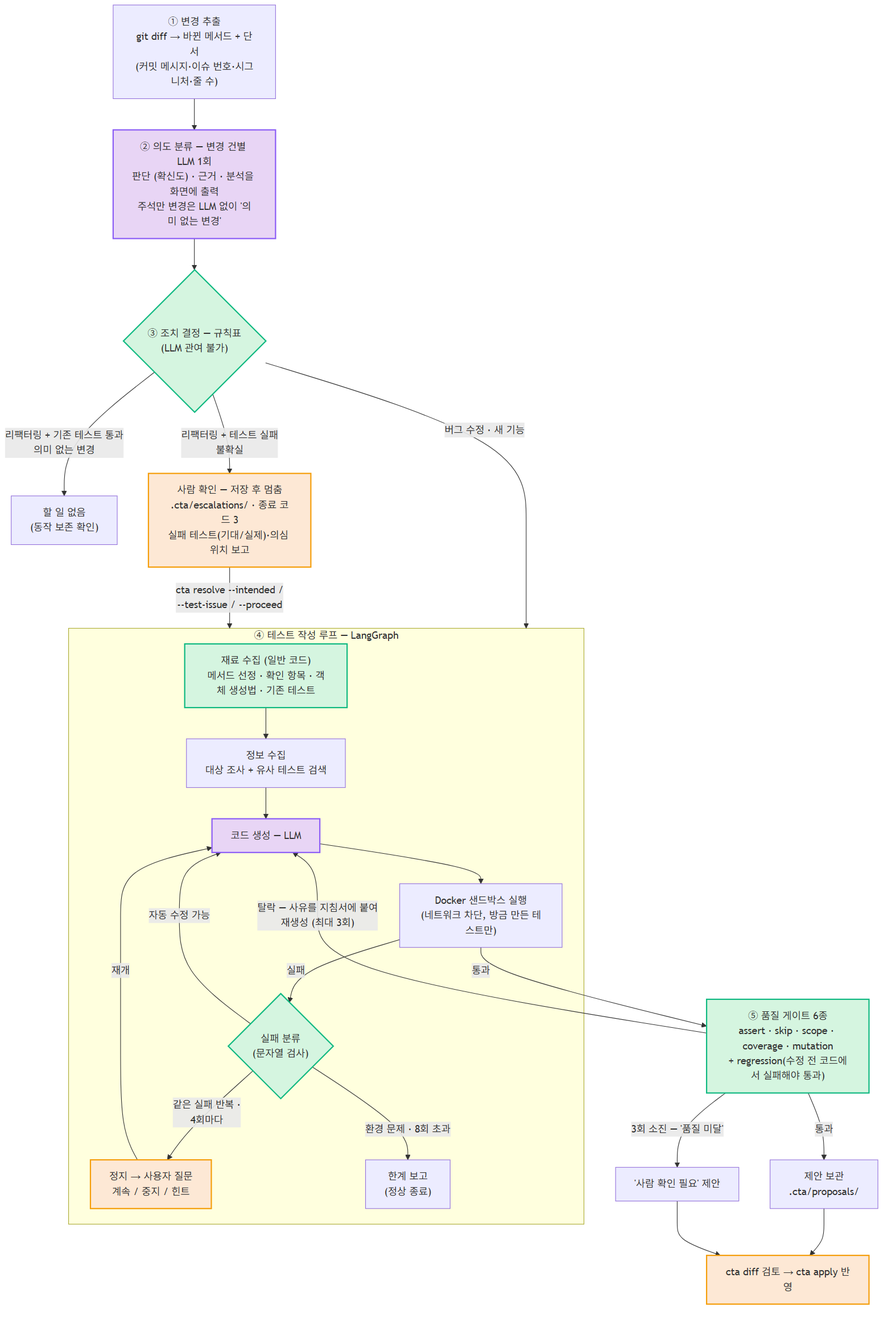
parksanghyeop/skax-master-project keeps this Mermaid diagram as docs/제출자료/images/workflow.png. Above is the earlier version. Its source is kept beside it as docs/제출자료/diagrams/workflow.mmd.
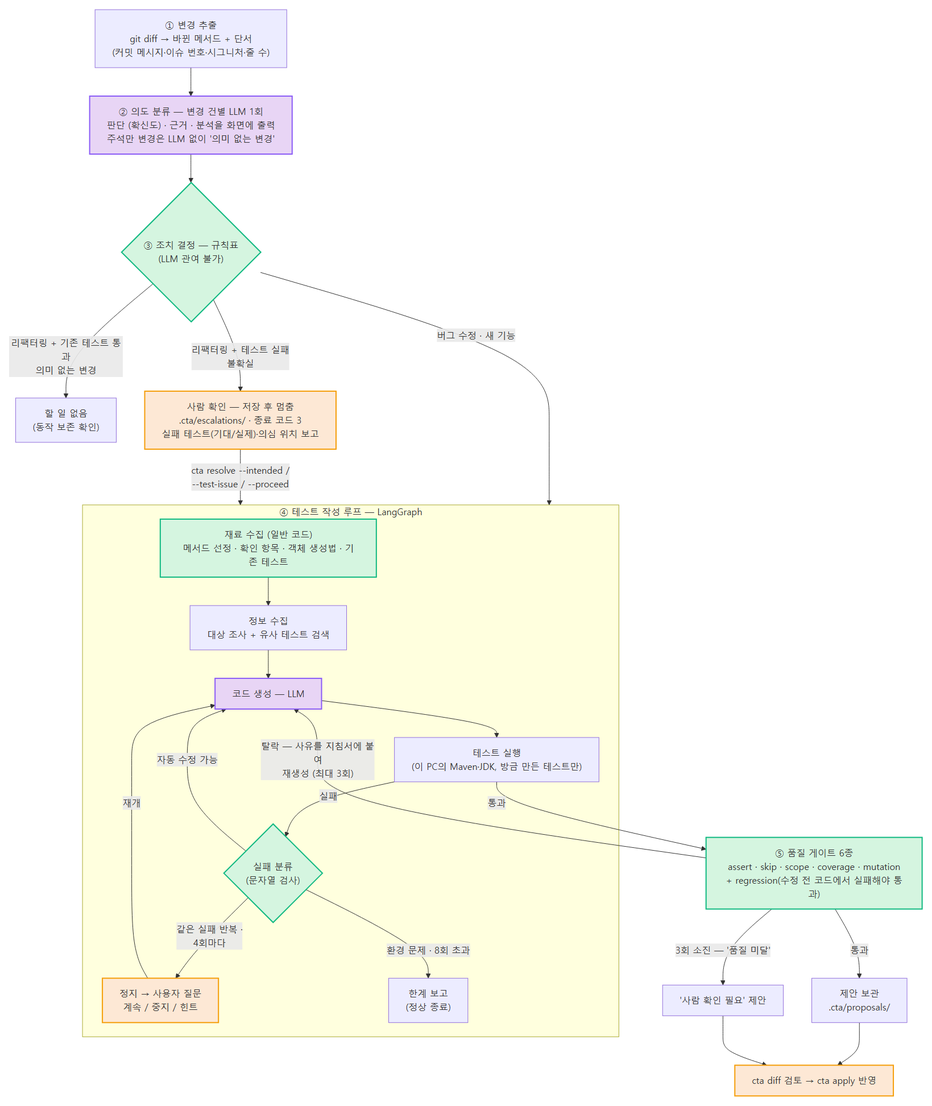
After the change.

Change to the diagram source:
```diff
@@ -10,7 +10,7 @@
         direction TB
         W0["재료 수집 (일반 코드)<br/>메서드 선정 · 확인 항목 · 객체 생성법 · 기존 테스트"] --> W1["정보 수집<br/>대상 조사 + 유사 테스트 검색"]
         W1 --> W2["코드 생성 — LLM"]
-        W2 --> W3["Docker 샌드박스 실행<br/>(네트워크 차단, 방금 만든 테스트만)"]
+        W2 --> W3["테스트 실행<br/>(이 PC의 Maven·JDK, 방금 만든 테스트만)"]
         W3 -->|"실패"| W4{"실패 분류<br/>(문자열 검사)"}
         W4 -->|"자동 수정 가능"| W2
         W4 -->|"같은 실패 반복 ·<br/>4회마다"| W5["정지 → 사용자 질문<br/>계속 / 중지 / 힌트"]
```
